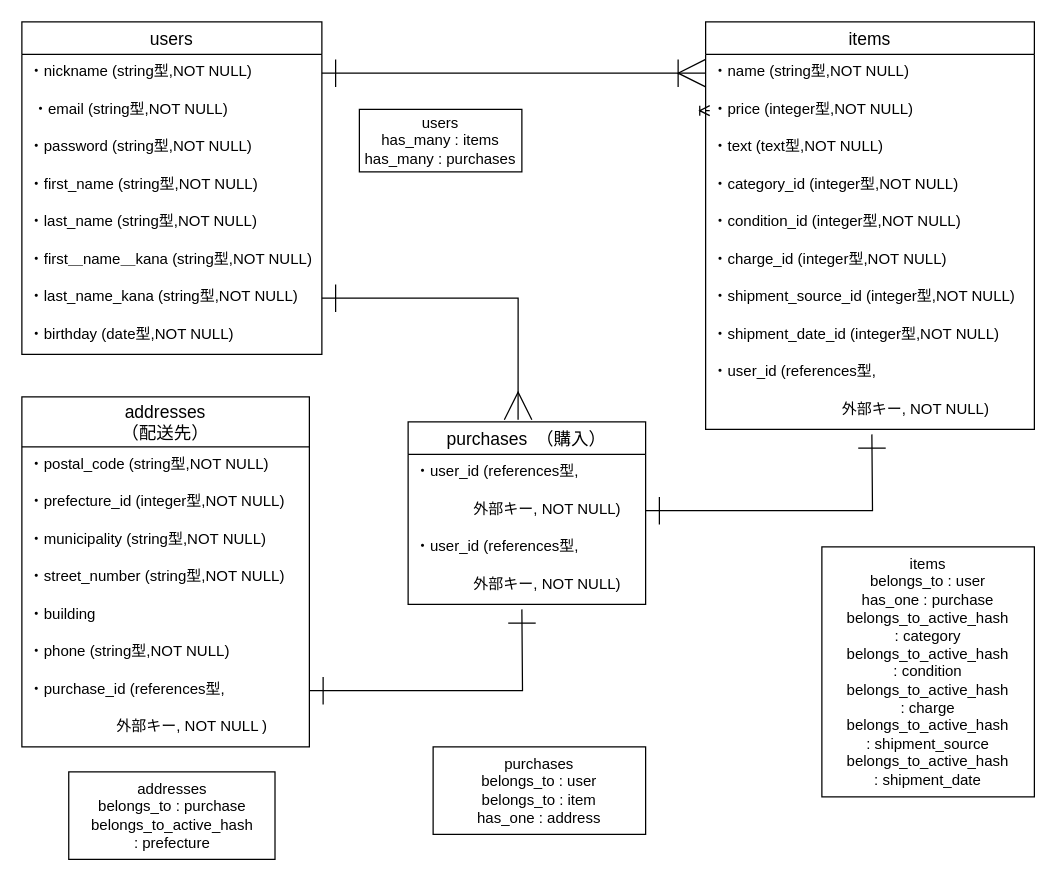
Before: furima-31047.dio in matsumotoshogo1103/furima-31047, a draw.io diagram. Source tidied: cells renumbered, new cells numbered last; positions are measured from the earlier drawing's top-left corner, leaving out a move shared by most shapes. Both pictures are drawn from the tidied source at 125%, with x=0, y=0 at pixel (21, 21).
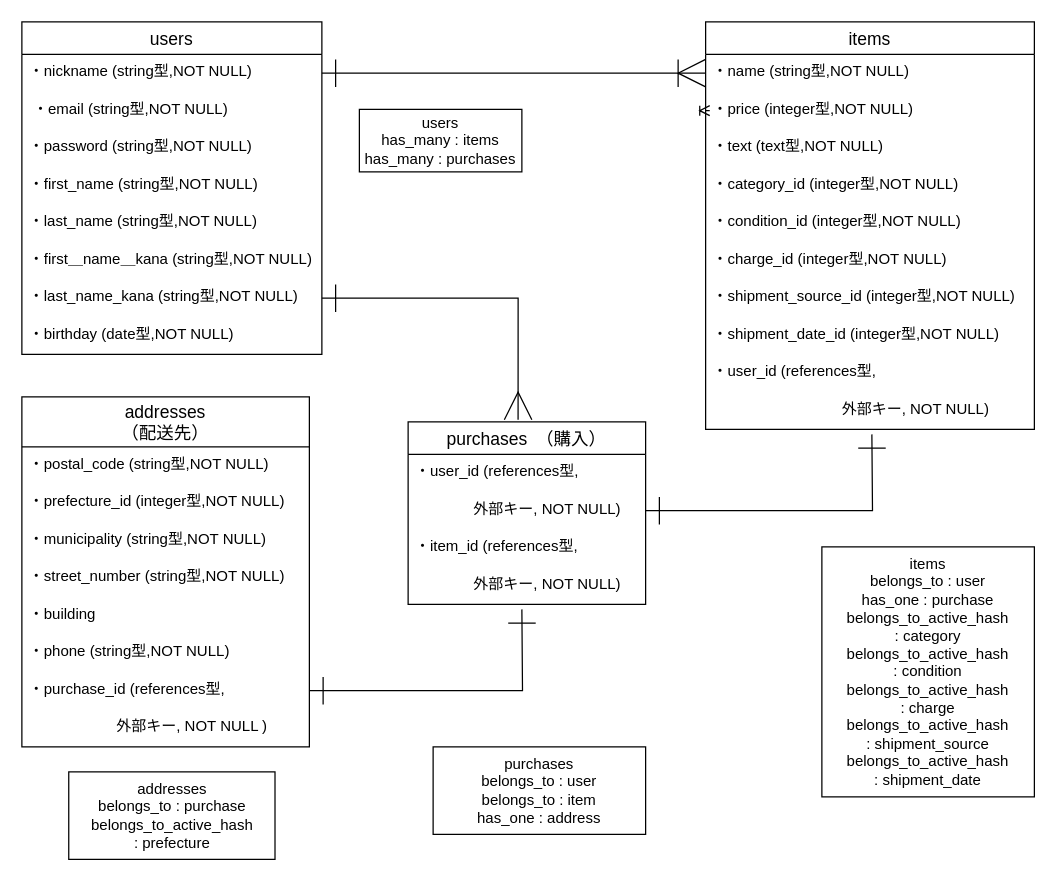
The same page after the edit.

Unchanged cells that the change refers to:
```xml
<mxCell id="27" value="purchases　（購入）" style="swimlane;fontStyle=0;horizontal=1;startSize=26;align=center;fontSize=14;rounded=0;" parent="1" vertex="1">
  <mxGeometry x="309" y="320" width="190" height="146" as="geometry" />
</mxCell>
```

Change to the diagram source:
```diff
@@
-    <mxCell id="30" value="・user_id (references型," style="text;strokeColor=none;fillColor=none;spacingLeft=4;spacingRight=4;overflow=hidden;fontSize=12;" parent="27" vertex="1">
+    <mxCell id="30" value="・item_id (references型," style="text;strokeColor=none;fillColor=none;spacingLeft=4;spacingRight=4;overflow=hidden;fontSize=12;" parent="27" vertex="1">
       <mxGeometry y="86" width="190" height="30" as="geometry" />
     </mxCell>
```
